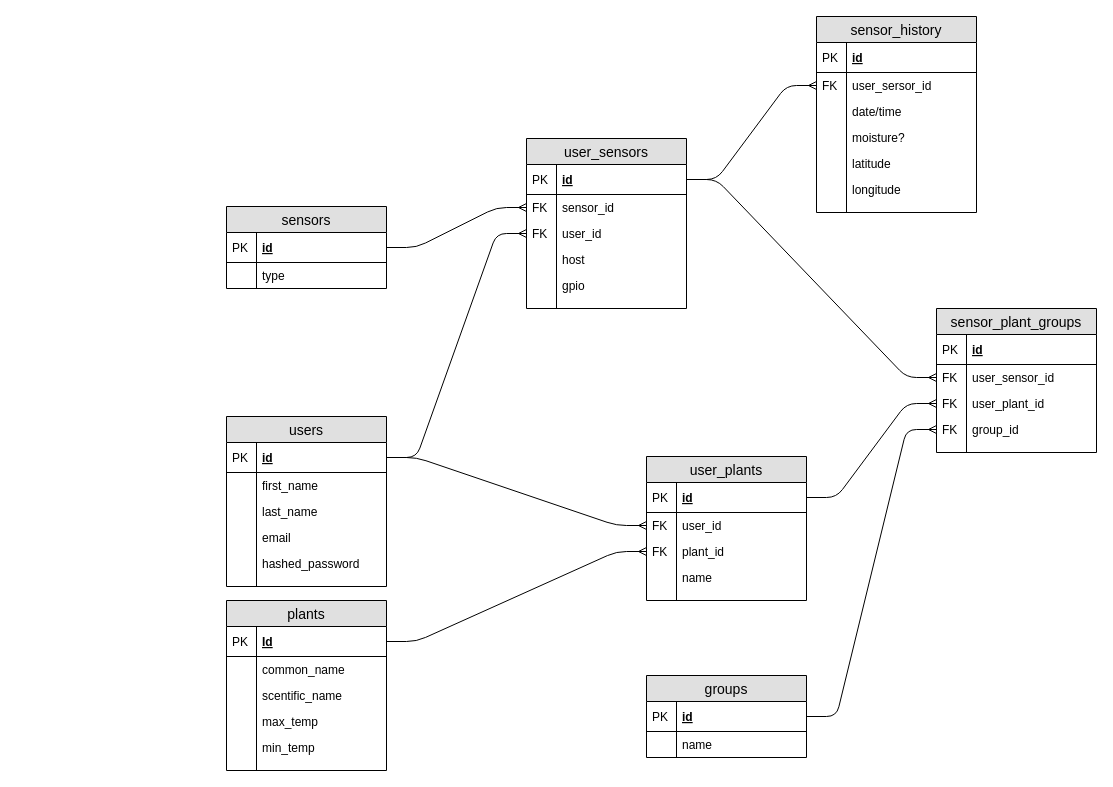
Before: ERD.drawio in arianrah/flower-power, a draw.io diagram. Source tidied: cells renumbered, new cells numbered last; positions are measured from the earlier drawing's top-left corner, leaving out a move shared by most shapes. Both pictures are drawn from the tidied source at 100%, with x=0, y=0 at pixel (226, 16).
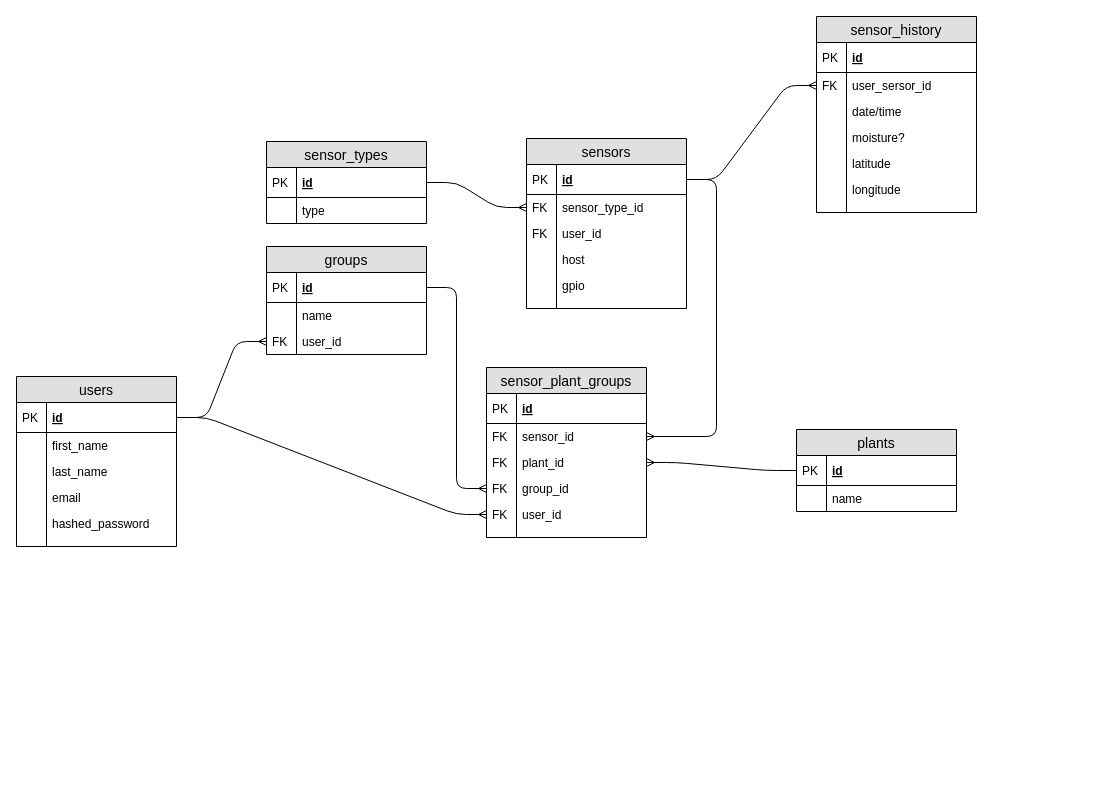
The same page after the edit.

The change refers to these unchanged cells:
```xml
<mxCell id="3" value="id" style="shape=partialRectangle;top=0;left=0;right=0;bottom=1;align=left;verticalAlign=middle;fillColor=none;spacingLeft=34;spacingRight=4;overflow=hidden;points=[[0,0.5],[1,0.5]];portConstraint=eastwest;fontStyle=5;fontSize=12;" parent="2" vertex="1">
  <mxGeometry y="26" width="160" height="30" as="geometry" />
</mxCell>
<mxCell id="52" value="user_id" style="shape=partialRectangle;top=0;left=0;right=0;bottom=0;align=left;verticalAlign=top;fillColor=none;spacingLeft=34;spacingRight=4;overflow=hidden;points=[[0,0.5],[1,0.5]];portConstraint=eastwest;fontSize=12;" parent="47" vertex="1">
  <mxGeometry y="82" width="160" height="26" as="geometry" />
</mxCell>
```

The edit, as a diff of the source:
```diff
@@
     <mxCell id="2" value="users" style="swimlane;fontStyle=0;horizontal=1;startSize=26;fillColor=#e0e0e0;swimlaneFillColor=#ffffff;align=center;fontSize=14;" parent="1" vertex="1">
-      <mxGeometry y="400" width="160" height="170" as="geometry" />
+      <mxGeometry x="-210" y="360" width="160" height="170" as="geometry" />
     </mxCell>
@@
-    <mxCell id="15" value="user_plants" style="swimlane;fontStyle=0;horizontal=1;startSize=26;fillColor=#e0e0e0;swimlaneFillColor=#ffffff;align=center;fontSize=14;" parent="1" vertex="1">
-      <mxGeometry x="420" y="440" width="160" height="144" as="geometry" />
+    <mxCell id="15" value="plants" style="swimlane;fontStyle=0;horizontal=1;startSize=26;fillColor=#e0e0e0;swimlaneFillColor=#ffffff;align=center;fontSize=14;" parent="1" vertex="1">
+      <mxGeometry x="570" y="413" width="160" height="82" as="geometry" />
     </mxCell>
@@
-    <mxCell id="18" value="user_id" style="shape=partialRectangle;top=0;left=0;right=0;bottom=0;align=left;verticalAlign=top;fillColor=none;spacingLeft=34;spacingRight=4;overflow=hidden;points=[[0,0.5],[1,0.5]];portConstraint=eastwest;fontSize=12;" parent="15" vertex="1">
-      <mxGeometry y="56" width="160" height="26" as="geometry" />
-    </mxCell>
-    <mxCell id="19" value="FK" style="shape=partialRectangle;top=0;left=0;bottom=0;fillColor=none;align=left;verticalAlign=top;spacingLeft=4;spacingRight=4;overflow=hidden;fontSize=12;" parent="18" vertex="1">
-      <mxGeometry width="30" height="26" as="geometry" />
-    </mxCell>
-    <mxCell id="20" value="plant_id" style="shape=partialRectangle;top=0;left=0;right=0;bottom=0;align=left;verticalAlign=top;fillColor=none;spacingLeft=34;spacingRight=4;overflow=hidden;points=[[0,0.5],[1,0.5]];portConstraint=eastwest;fontSize=12;" parent="15" vertex="1">
-      <mxGeometry y="82" width="160" height="26" as="geometry" />
-    </mxCell>
-    <mxCell id="21" value="FK" style="shape=partialRectangle;top=0;left=0;bottom=0;fillColor=none;align=left;verticalAlign=top;spacingLeft=4;spacingRight=4;overflow=hidden;fontSize=12;" parent="20" vertex="1">
-      <mxGeometry width="30" height="26" as="geometry" />
-    </mxCell>
     <mxCell id="22" value="name" style="shape=partialRectangle;top=0;left=0;right=0;bottom=0;align=left;verticalAlign=top;fillColor=none;spacingLeft=34;spacingRight=4;overflow=hidden;fontSize=12;" parent="15" vertex="1">
-      <mxGeometry y="108" width="160" height="26" as="geometry" />
+      <mxGeometry y="56" width="160" height="26" as="geometry" />
     </mxCell>
@@
-    <mxCell id="24" style="shape=partialRectangle;top=0;left=0;right=0;bottom=0;align=left;verticalAlign=top;fillColor=none;spacingLeft=34;spacingRight=4;overflow=hidden;fontSize=12;" parent="15" vertex="1">
-      <mxGeometry y="134" width="160" height="10" as="geometry" />
-    </mxCell>
-    <mxCell id="25" style="shape=partialRectangle;top=0;left=0;bottom=0;fillColor=none;align=left;verticalAlign=top;spacingLeft=4;spacingRight=4;overflow=hidden;fontSize=12;" parent="24" vertex="1">
-      <mxGeometry width="30" height="10" as="geometry" />
-    </mxCell>
-    <mxCell id="26" style="edgeStyle=entityRelationEdgeStyle;fontSize=12;html=1;endArrow=ERmany;entryX=0;entryY=0.5;entryDx=0;entryDy=0;exitX=1;exitY=0.5;exitDx=0;exitDy=0;" parent="1" edge="1" source="3" target="18">
+    <mxCell id="26" style="edgeStyle=entityRelationEdgeStyle;fontSize=12;html=1;endArrow=ERmany;exitX=1;exitY=0.5;exitDx=0;exitDy=0;" parent="1" edge="1" source="3" target="98">
       <mxGeometry relative="1" as="geometry" />
     </mxCell>
-    <mxCell id="27" value="plants" style="swimlane;fontStyle=0;horizontal=1;startSize=26;fillColor=#e0e0e0;swimlaneFillColor=#ffffff;align=center;fontSize=14;" parent="1" vertex="1">
-      <mxGeometry y="584" width="160" height="170" as="geometry" />
-    </mxCell>
-    <mxCell id="28" value="Id" style="shape=partialRectangle;top=0;left=0;right=0;bottom=1;align=left;verticalAlign=middle;fillColor=none;spacingLeft=34;spacingRight=4;overflow=hidden;points=[[0,0.5],[1,0.5]];portConstraint=eastwest;fontStyle=5;fontSize=12;" parent="27" vertex="1">
-      <mxGeometry y="26" width="160" height="30" as="geometry" />
-    </mxCell>
-    <mxCell id="29" value="PK" style="shape=partialRectangle;top=0;left=0;bottom=0;fillColor=none;align=left;verticalAlign=middle;spacingLeft=4;spacingRight=4;overflow=hidden;fontSize=12;" parent="28" vertex="1">
-      <mxGeometry width="30" height="30" as="geometry" />
-    </mxCell>
-    <mxCell id="30" value="common_name" style="shape=partialRectangle;top=0;left=0;right=0;bottom=0;align=left;verticalAlign=top;fillColor=none;spacingLeft=34;spacingRight=4;overflow=hidden;fontSize=12;" parent="27" vertex="1">
-      <mxGeometry y="56" width="160" height="26" as="geometry" />
-    </mxCell>
-    <mxCell id="31" style="shape=partialRectangle;top=0;left=0;bottom=0;fillColor=none;align=left;verticalAlign=top;spacingLeft=4;spacingRight=4;overflow=hidden;fontSize=12;" parent="30" vertex="1">
-      <mxGeometry width="30" height="26" as="geometry" />
-    </mxCell>
-    <mxCell id="32" value="scentific_name" style="shape=partialRectangle;top=0;left=0;right=0;bottom=0;align=left;verticalAlign=top;fillColor=none;spacingLeft=34;spacingRight=4;overflow=hidden;fontSize=12;" parent="27" vertex="1">
-      <mxGeometry y="82" width="160" height="26" as="geometry" />
-    </mxCell>
-    <mxCell id="33" style="shape=partialRectangle;top=0;left=0;bottom=0;fillColor=none;align=left;verticalAlign=top;spacingLeft=4;spacingRight=4;overflow=hidden;fontSize=12;" parent="32" vertex="1">
-      <mxGeometry width="30" height="26" as="geometry" />
-    </mxCell>
-    <mxCell id="34" value="max_temp" style="shape=partialRectangle;top=0;left=0;right=0;bottom=0;align=left;verticalAlign=top;fillColor=none;spacingLeft=34;spacingRight=4;overflow=hidden;fontSize=12;" parent="27" vertex="1">
-      <mxGeometry y="108" width="160" height="26" as="geometry" />
-    </mxCell>
-    <mxCell id="35" style="shape=partialRectangle;top=0;left=0;bottom=0;fillColor=none;align=left;verticalAlign=top;spacingLeft=4;spacingRight=4;overflow=hidden;fontSize=12;" parent="34" vertex="1">
-      <mxGeometry width="30" height="26" as="geometry" />
-    </mxCell>
-    <mxCell id="36" value="min_temp" style="shape=partialRectangle;top=0;left=0;right=0;bottom=0;align=left;verticalAlign=top;fillColor=none;spacingLeft=34;spacingRight=4;overflow=hidden;fontSize=12;" parent="27" vertex="1">
-      <mxGeometry y="134" width="160" height="26" as="geometry" />
-    </mxCell>
-    <mxCell id="37" style="shape=partialRectangle;top=0;left=0;bottom=0;fillColor=none;align=left;verticalAlign=top;spacingLeft=4;spacingRight=4;overflow=hidden;fontSize=12;" parent="36" vertex="1">
-      <mxGeometry width="30" height="26" as="geometry" />
-    </mxCell>
-    <mxCell id="38" style="shape=partialRectangle;top=0;left=0;right=0;bottom=0;align=left;verticalAlign=top;fillColor=none;spacingLeft=34;spacingRight=4;overflow=hidden;fontSize=12;" parent="27" vertex="1">
-      <mxGeometry y="160" width="160" height="10" as="geometry" />
-    </mxCell>
-    <mxCell id="39" style="shape=partialRectangle;top=0;left=0;bottom=0;fillColor=none;align=left;verticalAlign=top;spacingLeft=4;spacingRight=4;overflow=hidden;fontSize=12;" parent="38" vertex="1">
-      <mxGeometry width="30" height="10" as="geometry" />
-    </mxCell>
-    <mxCell id="40" value="sensors" style="swimlane;fontStyle=0;horizontal=1;startSize=26;fillColor=#e0e0e0;swimlaneFillColor=#ffffff;align=center;fontSize=14;" parent="1" vertex="1">
-      <mxGeometry y="190" width="160" height="82" as="geometry" />
+    <mxCell id="40" value="sensor_types" style="swimlane;fontStyle=0;horizontal=1;startSize=26;fillColor=#e0e0e0;swimlaneFillColor=#ffffff;align=center;fontSize=14;" parent="1" vertex="1">
+      <mxGeometry x="40" y="125" width="160" height="82" as="geometry" />
     </mxCell>
@@
-    <mxCell id="46" style="edgeStyle=entityRelationEdgeStyle;fontSize=12;html=1;endArrow=ERmany;exitX=1;exitY=0.5;exitDx=0;exitDy=0;" parent="1" edge="1" source="28" target="20">
-      <mxGeometry relative="1" as="geometry" />
-    </mxCell>
-    <mxCell id="47" value="user_sensors" style="swimlane;fontStyle=0;horizontal=1;startSize=26;fillColor=#e0e0e0;swimlaneFillColor=#ffffff;align=center;fontSize=14;" parent="1" vertex="1">
+    <mxCell id="47" value="sensors" style="swimlane;fontStyle=0;horizontal=1;startSize=26;fillColor=#e0e0e0;swimlaneFillColor=#ffffff;align=center;fontSize=14;" parent="1" vertex="1">
       <mxGeometry x="300" y="122" width="160" height="170" as="geometry" />
     </mxCell>
@@
-    <mxCell id="50" value="sensor_id" style="shape=partialRectangle;top=0;left=0;right=0;bottom=0;align=left;verticalAlign=top;fillColor=none;spacingLeft=34;spacingRight=4;overflow=hidden;points=[[0,0.5],[1,0.5]];portConstraint=eastwest;fontSize=12;" parent="47" vertex="1">
+    <mxCell id="50" value="sensor_type_id" style="shape=partialRectangle;top=0;left=0;right=0;bottom=0;align=left;verticalAlign=top;fillColor=none;spacingLeft=34;spacingRight=4;overflow=hidden;points=[[0,0.5],[1,0.5]];portConstraint=eastwest;fontSize=12;" parent="47" vertex="1">
       <mxGeometry y="56" width="160" height="26" as="geometry" />
     </mxCell>
@@
-    <mxCell id="60" style="edgeStyle=entityRelationEdgeStyle;fontSize=12;html=1;endArrow=ERmany;" parent="1" edge="1" source="3" target="52">
-      <mxGeometry relative="1" as="geometry" />
-    </mxCell>
     <mxCell id="61" value="sensor_plant_groups" style="swimlane;fontStyle=0;horizontal=1;startSize=26;fillColor=#e0e0e0;swimlaneFillColor=#ffffff;align=center;fontSize=14;" parent="1" vertex="1">
-      <mxGeometry x="710" y="292" width="160" height="144" as="geometry" />
+      <mxGeometry x="260" y="351" width="160" height="170" as="geometry" />
     </mxCell>
@@
-    <mxCell id="64" value="user_sensor_id" style="shape=partialRectangle;top=0;left=0;right=0;bottom=0;align=left;verticalAlign=top;fillColor=none;spacingLeft=34;spacingRight=4;overflow=hidden;points=[[0,0.5],[1,0.5]];portConstraint=eastwest;fontSize=12;" parent="61" vertex="1">
+    <mxCell id="64" value="sensor_id" style="shape=partialRectangle;top=0;left=0;right=0;bottom=0;align=left;verticalAlign=top;fillColor=none;spacingLeft=34;spacingRight=4;overflow=hidden;points=[[0,0.5],[1,0.5]];portConstraint=eastwest;fontSize=12;" parent="61" vertex="1">
       <mxGeometry y="56" width="160" height="26" as="geometry" />
     </mxCell>
@@
-    <mxCell id="66" value="user_plant_id" style="shape=partialRectangle;top=0;left=0;right=0;bottom=0;align=left;verticalAlign=top;fillColor=none;spacingLeft=34;spacingRight=4;overflow=hidden;points=[[0,0.5],[1,0.5]];portConstraint=eastwest;fontSize=12;" parent="61" vertex="1">
+    <mxCell id="66" value="plant_id" style="shape=partialRectangle;top=0;left=0;right=0;bottom=0;align=left;verticalAlign=top;fillColor=none;spacingLeft=34;spacingRight=4;overflow=hidden;points=[[0,0.5],[1,0.5]];portConstraint=eastwest;fontSize=12;" parent="61" vertex="1">
       <mxGeometry y="82" width="160" height="26" as="geometry" />
     </mxCell>
@@
+    <mxCell id="96" value="user_id" style="shape=partialRectangle;top=0;left=0;right=0;bottom=0;align=left;verticalAlign=top;fillColor=none;spacingLeft=34;spacingRight=4;overflow=hidden;points=[[0,0.5],[1,0.5]];portConstraint=eastwest;fontSize=12;" parent="61" vertex="1">
+      <mxGeometry y="134" width="160" height="26" as="geometry" />
+    </mxCell>
+    <mxCell id="97" value="FK" style="shape=partialRectangle;top=0;left=0;bottom=0;fillColor=none;align=left;verticalAlign=top;spacingLeft=4;spacingRight=4;overflow=hidden;fontSize=12;" parent="96" vertex="1">
+      <mxGeometry width="30" height="26" as="geometry" />
+    </mxCell>
     <mxCell id="70" style="shape=partialRectangle;top=0;left=0;right=0;bottom=0;align=left;verticalAlign=top;fillColor=none;spacingLeft=34;spacingRight=4;overflow=hidden;fontSize=12;" parent="61" vertex="1">
-      <mxGeometry y="134" width="160" height="10" as="geometry" />
+      <mxGeometry y="160" width="160" height="10" as="geometry" />
     </mxCell>
@@
     <mxCell id="74" value="groups" style="swimlane;fontStyle=0;horizontal=1;startSize=26;fillColor=#e0e0e0;swimlaneFillColor=#ffffff;align=center;fontSize=14;" parent="1" vertex="1">
-      <mxGeometry x="420" y="659" width="160" height="82" as="geometry" />
+      <mxGeometry x="40" y="230" width="160" height="108" as="geometry" />
     </mxCell>
@@
+    <mxCell id="98" value="user_id" style="shape=partialRectangle;top=0;left=0;right=0;bottom=0;align=left;verticalAlign=top;fillColor=none;spacingLeft=34;spacingRight=4;overflow=hidden;points=[[0,0.5],[1,0.5]];portConstraint=eastwest;fontSize=12;" parent="74" vertex="1">
+      <mxGeometry y="82" width="160" height="26" as="geometry" />
+    </mxCell>
+    <mxCell id="99" value="FK" style="shape=partialRectangle;top=0;left=0;bottom=0;fillColor=none;align=left;verticalAlign=top;spacingLeft=4;spacingRight=4;overflow=hidden;fontSize=12;" parent="98" vertex="1">
+      <mxGeometry width="30" height="26" as="geometry" />
+    </mxCell>
@@
+    <mxCell id="100" style="edgeStyle=entityRelationEdgeStyle;fontSize=12;html=1;endArrow=ERmany;entryX=0;entryY=0.5;entryDx=0;entryDy=0;" parent="1" edge="1" source="3" target="96">
+      <mxGeometry relative="1" as="geometry" />
+    </mxCell>
```
